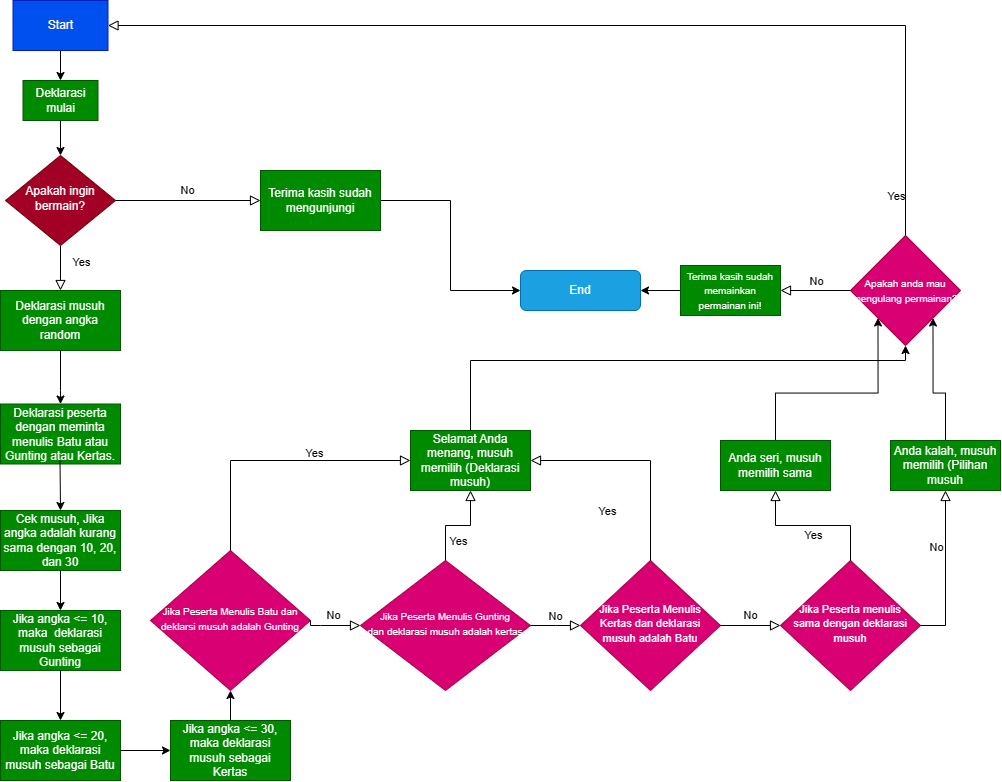
Before: tugas flowchart.png, a diagram exported from draw.io (Alex14012/Simple-Rock--Paper--Scissor). Source tidied: cells renumbered, new cells last; positions are measured from the earlier drawing's top-left corner, leaving out a move shared by most shapes.
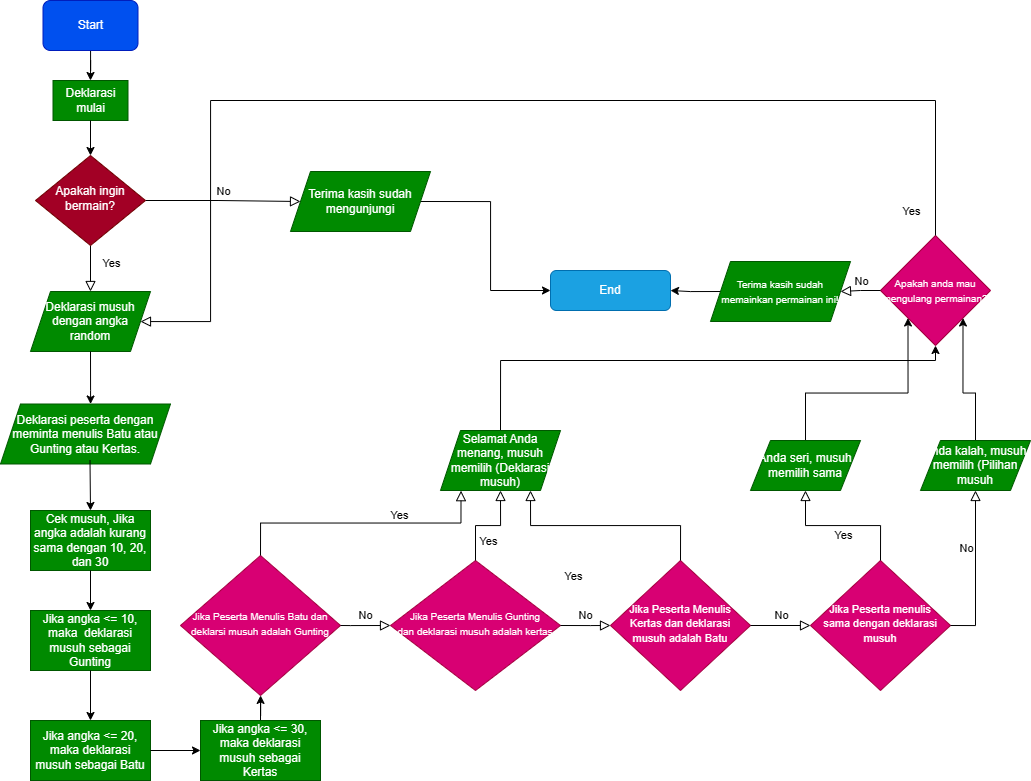
Above is the later version.

The edit, as a diff of the source:
```diff
@@ -19,13 +19,13 @@
     <mxCell id="6" value="End" style="rounded=1;whiteSpace=wrap;html=1;fontSize=12;glass=0;strokeWidth=1;shadow=0;fillColor=#1ba1e2;fontColor=#ffffff;strokeColor=#006EAF;" parent="1" vertex="1">
       <mxGeometry x="520" y="270" width="120" height="40" as="geometry" />
     </mxCell>
-    <mxCell id="7" value="Deklarasi musuh dengan angka random" style="rounded=0;whiteSpace=wrap;html=1;fillColor=#008a00;fontColor=#ffffff;strokeColor=#005700;" parent="1" vertex="1">
-      <mxGeometry y="290" width="120" height="60" as="geometry" />
+    <mxCell id="7" value="Deklarasi musuh dengan angka random" style="rounded=0;whiteSpace=wrap;html=1;fillColor=#008a00;fontColor=#ffffff;strokeColor=#005700;shape=parallelogram;perimeter=parallelogramPerimeter;fixedSize=1;" parent="1" vertex="1">
+      <mxGeometry y="291" width="120" height="60" as="geometry" />
     </mxCell>
     <mxCell id="8" style="edgeStyle=orthogonalEdgeStyle;rounded=0;jettySize=auto;html=1;entryX=0.5;entryY=0;entryDx=0;entryDy=0;" parent="1" edge="1" source="9" target="10">
       <mxGeometry relative="1" as="geometry" />
     </mxCell>
-    <mxCell id="9" value="Start" style="rounded=0;whiteSpace=wrap;html=1;fillColor=#0050ef;strokeColor=#001DBC;fontColor=#ffffff;" parent="1" vertex="1">
+    <mxCell id="9" value="Start" style="rounded=1;whiteSpace=wrap;html=1;fillColor=#0050ef;strokeColor=#001DBC;fontColor=#ffffff;" parent="1" vertex="1">
       <mxGeometry x="12.5" width="95" height="50" as="geometry" />
     </mxCell>
     <mxCell id="10" value="Deklarasi mulai" style="rounded=0;whiteSpace=wrap;html=1;fillColor=#008a00;strokeColor=#005700;fontColor=#ffffff;" parent="1" vertex="1">
@@ -34,8 +34,8 @@
     <mxCell id="11" style="endArrow=classic;html=1;rounded=0;exitX=0.5;exitY=1;exitDx=0;exitDy=0;entryX=0.5;entryY=0;entryDx=0;entryDy=0;" parent="1" edge="1" source="10" target="5">
       <mxGeometry relative="1" as="geometry" />
     </mxCell>
-    <mxCell id="12" value="Deklarasi peserta dengan meminta menulis Batu atau Gunting atau Kertas." style="rounded=0;whiteSpace=wrap;html=1;fillColor=#008a00;fontColor=#ffffff;strokeColor=#005700;" parent="1" vertex="1">
-      <mxGeometry y="403.5" width="120" height="60" as="geometry" />
+    <mxCell id="12" value="Deklarasi peserta dengan meminta menulis Batu atau Gunting atau Kertas." style="rounded=0;whiteSpace=wrap;html=1;fillColor=#008a00;fontColor=#ffffff;strokeColor=#005700;shape=parallelogram;perimeter=parallelogramPerimeter;fixedSize=1;" parent="1" vertex="1">
+      <mxGeometry x="-30" y="403.5" width="170" height="60" as="geometry" />
     </mxCell>
     <mxCell id="13" style="edgeStyle=orthogonalEdgeStyle;rounded=0;jettySize=auto;html=1;entryX=0;entryY=0.5;entryDx=0;entryDy=0;exitX=1;exitY=0.5;exitDx=0;exitDy=0;" parent="1" edge="1" source="53" target="6">
       <mxGeometry relative="1" as="geometry" />
@@ -78,7 +78,7 @@
       <mxGeometry relative="1" as="geometry" />
     </mxCell>
     <mxCell id="24" value="&lt;font style=&quot;font-size: 10px;&quot;&gt;Jika Peserta Menulis Batu dan deklarsi musuh adalah Gunting&lt;/font&gt;" style="rhombus;whiteSpace=wrap;html=1;shadow=0;fontFamily=Helvetica;fontSize=12;align=center;strokeWidth=1;spacing=6;spacingTop=-4;fillColor=#d80073;fontColor=#ffffff;strokeColor=#A50040;" parent="1" vertex="1">
-      <mxGeometry x="150" y="550" width="160" height="140" as="geometry" />
+      <mxGeometry x="150" y="555" width="160" height="140" as="geometry" />
     </mxCell>
     <mxCell id="25" value="&lt;font style=&quot;font-size: 10px;&quot;&gt;Jika Peserta Menulis Gunting&lt;br&gt;dan deklarasi musuh adalah kertas&lt;/font&gt;" style="rhombus;whiteSpace=wrap;html=1;shadow=0;fontFamily=Helvetica;fontSize=12;align=center;strokeWidth=1;spacing=6;spacingTop=-4;fillColor=#d80073;fontColor=#ffffff;strokeColor=#A50040;" parent="1" vertex="1">
       <mxGeometry x="360" y="560" width="170" height="130" as="geometry" />
@@ -97,7 +97,7 @@
         <mxPoint x="-6" y="14" as="offset" />
       </mxGeometry>
     </mxCell>
-    <mxCell id="30" style="rounded=0;html=1;jettySize=auto;fontSize=11;endArrow=block;endFill=0;endSize=8;strokeWidth=1;shadow=0;labelBackgroundColor=none;edgeStyle=orthogonalEdgeStyle;exitX=0.5;exitY=0;exitDx=0;exitDy=0;entryX=0;entryY=0.5;entryDx=0;entryDy=0;" parent="1" edge="1" source="24" target="35">
+    <mxCell id="30" style="rounded=0;html=1;jettySize=auto;fontSize=11;endArrow=block;endFill=0;endSize=8;strokeWidth=1;shadow=0;labelBackgroundColor=none;edgeStyle=orthogonalEdgeStyle;exitX=0.5;exitY=0;exitDx=0;exitDy=0;entryX=0.171;entryY=1.003;entryDx=0;entryDy=0;entryPerimeter=0;" parent="1" edge="1" source="24" target="35">
       <mxGeometry y="20" relative="1" as="geometry" />
     </mxCell>
     <mxCell id="31" value="Yes" style="edgeLabel;html=1;align=center;verticalAlign=middle;" parent="30" vertex="1">
@@ -121,10 +121,10 @@
         </Array>
       </mxGeometry>
     </mxCell>
-    <mxCell id="35" value="Selamat Anda menang, musuh memilih (Deklarasi musuh)" style="rounded=0;whiteSpace=wrap;html=1;fillColor=#008a00;fontColor=#ffffff;strokeColor=#005700;" parent="1" vertex="1">
+    <mxCell id="35" value="Selamat Anda menang, musuh memilih (Deklarasi musuh)" style="rounded=0;whiteSpace=wrap;html=1;fillColor=#008a00;fontColor=#ffffff;strokeColor=#005700;shape=parallelogram;perimeter=parallelogramPerimeter;fixedSize=1;" parent="1" vertex="1">
       <mxGeometry x="410" y="430" width="120" height="60" as="geometry" />
     </mxCell>
-    <mxCell id="36" style="rounded=0;html=1;jettySize=auto;fontSize=11;endArrow=block;endFill=0;endSize=8;strokeWidth=1;shadow=0;labelBackgroundColor=none;edgeStyle=orthogonalEdgeStyle;entryX=1;entryY=0.5;entryDx=0;entryDy=0;exitX=0.5;exitY=0;exitDx=0;exitDy=0;" parent="1" edge="1" source="26" target="35">
+    <mxCell id="36" style="rounded=0;html=1;jettySize=auto;fontSize=11;endArrow=block;endFill=0;endSize=8;strokeWidth=1;shadow=0;labelBackgroundColor=none;edgeStyle=orthogonalEdgeStyle;entryX=0.75;entryY=1;entryDx=0;entryDy=0;exitX=0.5;exitY=0;exitDx=0;exitDy=0;" parent="1" edge="1" source="26" target="35">
       <mxGeometry y="20" relative="1" as="geometry" />
     </mxCell>
     <mxCell id="37" value="Yes" style="edgeLabel;html=1;align=center;verticalAlign=middle;" parent="36" vertex="1">
@@ -138,11 +138,6 @@
     <mxCell id="39" value="No" style="edgeStyle=orthogonalEdgeStyle;rounded=0;html=1;jettySize=auto;fontSize=11;endArrow=block;endFill=0;endSize=8;strokeWidth=1;shadow=0;labelBackgroundColor=none;exitX=1;exitY=0.5;exitDx=0;exitDy=0;entryX=0;entryY=0.5;entryDx=0;entryDy=0;" parent="1" edge="1" source="26" target="27">
       <mxGeometry y="10" relative="1" as="geometry" />
     </mxCell>
-    <mxCell id="40" value="No" style="edgeStyle=orthogonalEdgeStyle;rounded=0;html=1;jettySize=auto;fontSize=11;endArrow=block;endFill=0;endSize=8;strokeWidth=1;shadow=0;labelBackgroundColor=none;exitX=1;exitY=0.5;exitDx=0;exitDy=0;" parent="1" edge="1" source="25">
-      <mxGeometry y="10" relative="1" as="geometry">
-        <mxPoint x="580" y="625" as="targetPoint" />
-      </mxGeometry>
-    </mxCell>
     <mxCell id="41" value="No" style="edgeStyle=orthogonalEdgeStyle;rounded=0;html=1;jettySize=auto;fontSize=11;endArrow=block;endFill=0;endSize=8;strokeWidth=1;shadow=0;labelBackgroundColor=none;exitX=1;exitY=0.5;exitDx=0;exitDy=0;entryX=0;entryY=0.5;entryDx=0;entryDy=0;" parent="1" edge="1" source="24" target="25">
       <mxGeometry y="10" relative="1" as="geometry">
         <Array as="points">
@@ -154,20 +149,20 @@
     <mxCell id="42" style="edgeStyle=orthogonalEdgeStyle;rounded=0;jettySize=auto;html=1;exitX=0.5;exitY=0;exitDx=0;exitDy=0;entryX=0;entryY=1;entryDx=0;entryDy=0;" parent="1" edge="1" source="43" target="48">
       <mxGeometry relative="1" as="geometry" />
     </mxCell>
-    <mxCell id="43" value="Anda seri, musuh memilih sama" style="rounded=0;whiteSpace=wrap;html=1;fillColor=#008a00;fontColor=#ffffff;strokeColor=#005700;" parent="1" vertex="1">
+    <mxCell id="43" value="Anda seri, musuh memilih sama" style="rounded=0;whiteSpace=wrap;html=1;fillColor=#008a00;fontColor=#ffffff;strokeColor=#005700;shape=parallelogram;perimeter=parallelogramPerimeter;fixedSize=1;" parent="1" vertex="1">
       <mxGeometry x="720" y="440" width="110" height="50" as="geometry" />
     </mxCell>
     <mxCell id="44" style="edgeStyle=orthogonalEdgeStyle;rounded=0;jettySize=auto;html=1;exitX=0.5;exitY=0;exitDx=0;exitDy=0;entryX=1;entryY=1;entryDx=0;entryDy=0;" parent="1" edge="1" source="45" target="48">
       <mxGeometry relative="1" as="geometry" />
     </mxCell>
-    <mxCell id="45" value="Anda kalah, musuh memilih (Pilihan musuh" style="rounded=0;whiteSpace=wrap;html=1;fillColor=#008a00;fontColor=#ffffff;strokeColor=#005700;" parent="1" vertex="1">
+    <mxCell id="45" value="Anda kalah, musuh memilih (Pilihan musuh" style="rounded=0;whiteSpace=wrap;html=1;fillColor=#008a00;fontColor=#ffffff;strokeColor=#005700;shape=parallelogram;perimeter=parallelogramPerimeter;fixedSize=1;" parent="1" vertex="1">
       <mxGeometry x="890" y="440" width="110" height="50" as="geometry" />
     </mxCell>
     <mxCell id="46" style="edgeStyle=orthogonalEdgeStyle;rounded=0;jettySize=auto;html=1;exitX=0;exitY=0.5;exitDx=0;exitDy=0;entryX=1;entryY=0.5;entryDx=0;entryDy=0;" parent="1" edge="1" source="47" target="6">
       <mxGeometry relative="1" as="geometry" />
     </mxCell>
-    <mxCell id="47" value="&lt;font style=&quot;font-size: 10px;&quot;&gt;Terima kasih sudah memainkan permainan ini!&lt;/font&gt;" style="rounded=0;whiteSpace=wrap;html=1;fillColor=#008a00;fontColor=#ffffff;strokeColor=#005700;" parent="1" vertex="1">
-      <mxGeometry x="680" y="265" width="100" height="50" as="geometry" />
+    <mxCell id="47" value="&lt;font style=&quot;font-size: 10px;&quot;&gt;Terima kasih sudah memainkan permainan ini!&lt;/font&gt;" style="rounded=0;whiteSpace=wrap;html=1;fillColor=#008a00;fontColor=#ffffff;strokeColor=#005700;shape=parallelogram;perimeter=parallelogramPerimeter;fixedSize=1;" parent="1" vertex="1">
+      <mxGeometry x="680" y="261" width="140" height="60" as="geometry" />
     </mxCell>
     <mxCell id="48" value="&lt;font style=&quot;font-size: 10px;&quot;&gt;Apakah anda mau mengulang permainan?&lt;/font&gt;" style="rhombus;whiteSpace=wrap;html=1;fillColor=#d80073;fontColor=#ffffff;strokeColor=#A50040;" parent="1" vertex="1">
       <mxGeometry x="850" y="235" width="110" height="110" as="geometry" />
@@ -180,20 +175,30 @@
         <mxPoint y="-10" as="offset" />
       </mxGeometry>
     </mxCell>
-    <mxCell id="51" style="rounded=0;html=1;jettySize=auto;fontSize=11;endArrow=block;endFill=0;endSize=8;strokeWidth=1;shadow=0;labelBackgroundColor=none;edgeStyle=orthogonalEdgeStyle;exitX=0.5;exitY=0;exitDx=0;exitDy=0;entryX=1;entryY=0.5;entryDx=0;entryDy=0;" parent="1" edge="1" source="48" target="9">
+    <mxCell id="51" style="rounded=0;html=1;jettySize=auto;fontSize=11;endArrow=block;endFill=0;endSize=8;strokeWidth=1;shadow=0;labelBackgroundColor=none;edgeStyle=orthogonalEdgeStyle;exitX=0.5;exitY=0;exitDx=0;exitDy=0;" parent="1" edge="1" source="48" target="7">
       <mxGeometry y="20" relative="1" as="geometry">
         <Array as="points">
-          <mxPoint x="905" y="25" />
+          <mxPoint x="905" y="100" />
+          <mxPoint x="180" y="100" />
+          <mxPoint x="180" y="321" />
         </Array>
       </mxGeometry>
     </mxCell>
     <mxCell id="52" value="Yes" style="edgeLabel;html=1;align=center;verticalAlign=middle;" parent="51" vertex="1">
       <mxGeometry x="-0.02" relative="1" as="geometry">
-        <mxPoint x="273" y="170" as="offset" />
+        <mxPoint x="403" y="110" as="offset" />
       </mxGeometry>
     </mxCell>
-    <mxCell id="53" value="Terima kasih sudah mengunjungi" style="rounded=0;whiteSpace=wrap;html=1;fillColor=#008a00;fontColor=#ffffff;strokeColor=#005700;" parent="1" vertex="1">
-      <mxGeometry x="260" y="170" width="120" height="60" as="geometry" />
+    <mxCell id="53" value="Terima kasih sudah mengunjungi" style="rounded=0;whiteSpace=wrap;html=1;fillColor=#008a00;fontColor=#ffffff;strokeColor=#005700;shape=parallelogram;perimeter=parallelogramPerimeter;fixedSize=1;" parent="1" vertex="1">
+      <mxGeometry x="260" y="171" width="140" height="60" as="geometry" />
     </mxCell>
+    <mxCell id="40" value="No" style="edgeStyle=orthogonalEdgeStyle;rounded=0;html=1;jettySize=auto;fontSize=11;endArrow=block;endFill=0;endSize=8;strokeWidth=1;shadow=0;labelBackgroundColor=none;exitX=1;exitY=0.5;exitDx=0;exitDy=0;entryX=0;entryY=0.5;entryDx=0;entryDy=0;" parent="1" edge="1" source="25" target="26">
+      <mxGeometry y="10" relative="1" as="geometry">
+        <Array as="points">
+          <mxPoint x="560" y="625" />
+          <mxPoint x="560" y="625" />
+        </Array>
+      </mxGeometry>
+    </mxCell>
   </root>
 </mxGraphModel>
```
